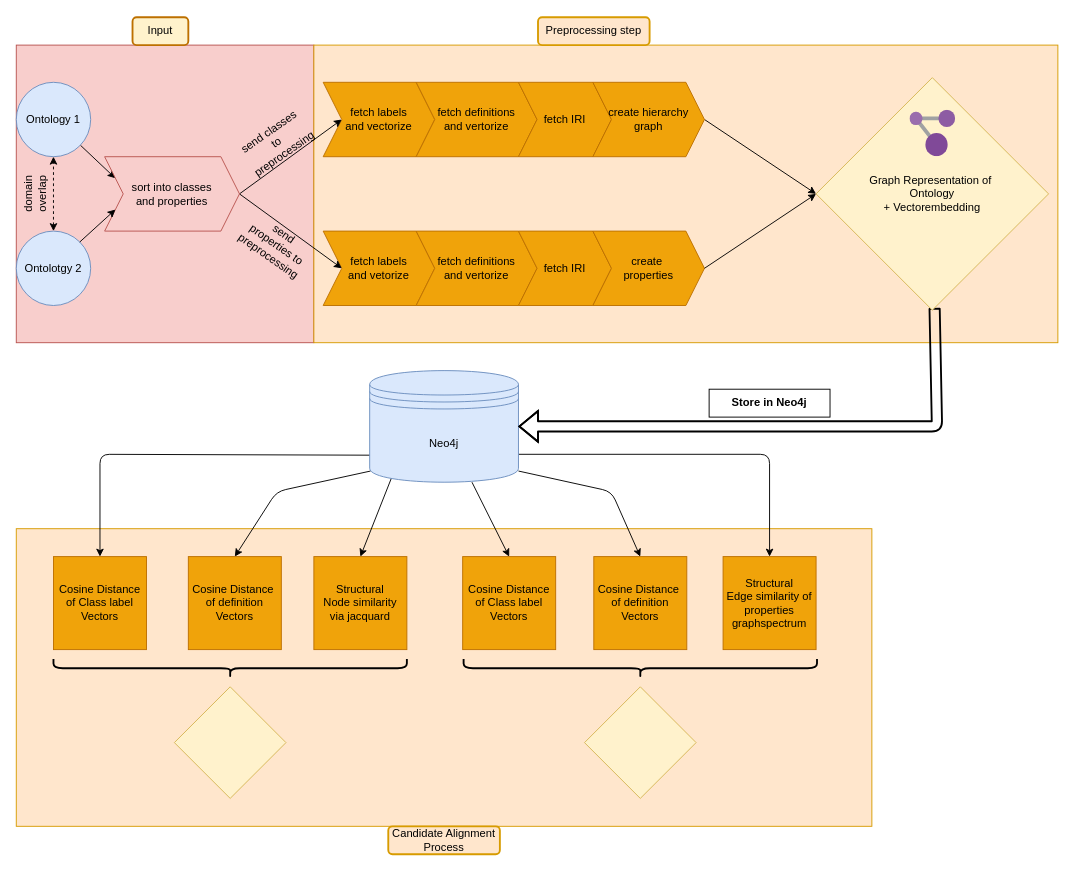
Before: docs/pipeline.drawio in SamirKipper/Ontopo, a draw.io diagram. Source tidied: cells renumbered, new cells numbered last; positions are measured from the earlier drawing's top-left corner, leaving out a move shared by most shapes. Both pictures are drawn from the tidied source at 93%, with x=0, y=0 at pixel (7, 17).
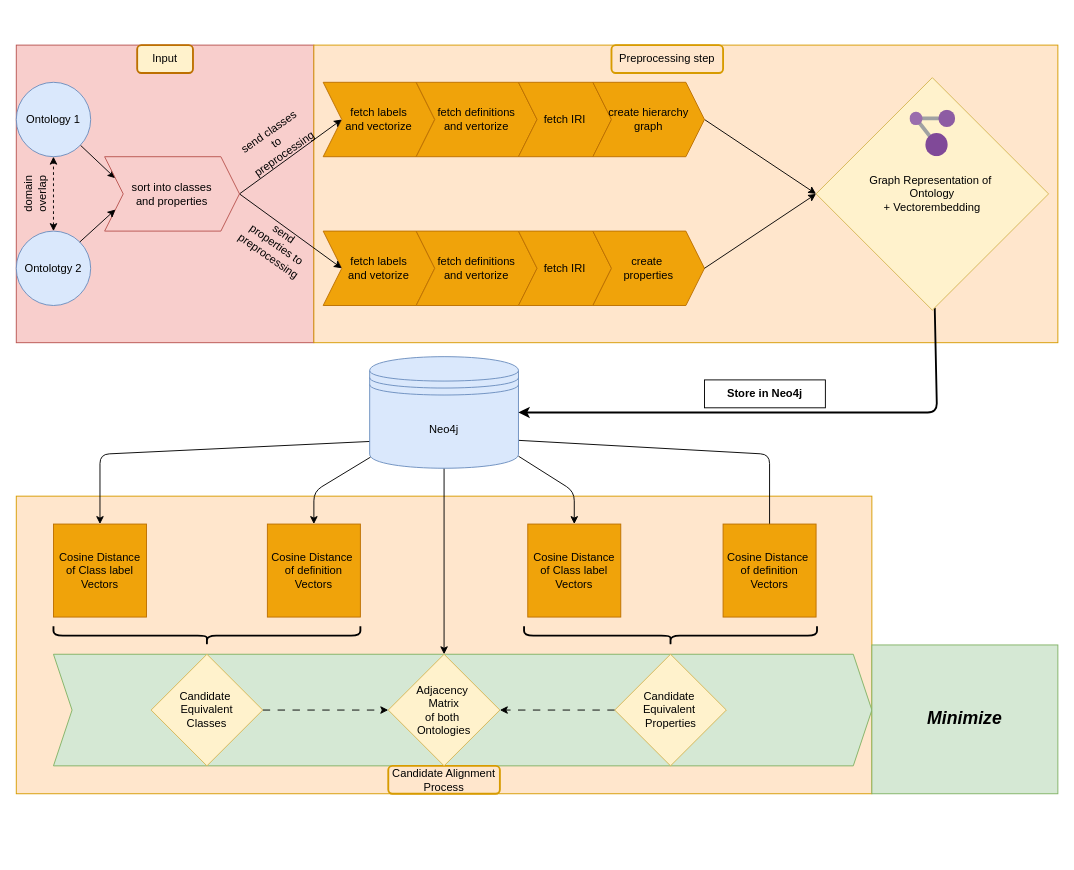
The same page after the edit.

The change refers to these unchanged cells:
```xml
<mxCell id="37" value="&lt;font style=&quot;color: rgb(0, 0, 0);&quot;&gt;Graph Representation of&amp;nbsp;&lt;/font&gt;&lt;div&gt;&lt;font style=&quot;color: rgb(0, 0, 0);&quot;&gt;Ontology&lt;/font&gt;&lt;/div&gt;&lt;div&gt;&lt;font style=&quot;color: rgb(0, 0, 0);&quot;&gt;+ Vectorembedding&lt;/font&gt;&lt;/div&gt;" style="rhombus;whiteSpace=wrap;html=1;fillColor=#fff2cc;strokeColor=#d6b656;" parent="1" vertex="1">
  <mxGeometry x="870" y="65" width="250" height="250" as="geometry" />
</mxCell>
```

Change to the diagram source:
```diff
@@
     <mxCell id="2" style="rounded=0;whiteSpace=wrap;html=1;fillColor=#ffe6cc;strokeColor=#d79b00;" parent="1" vertex="1">
-      <mxGeometry x="10" y="550" width="920" height="320" as="geometry" />
+      <mxGeometry x="10" y="515" width="920" height="320" as="geometry" />
     </mxCell>
+    <mxCell id="50" style="shape=step;perimeter=stepPerimeter;whiteSpace=wrap;html=1;fixedSize=1;fillColor=#d5e8d4;strokeColor=#82b366;" parent="1" vertex="1">
+      <mxGeometry x="50" y="685" width="880" height="120" as="geometry" />
+    </mxCell>
@@
     <mxCell id="4" style="edgeStyle=none;html=1;exitX=0.006;exitY=0.9;exitDx=0;exitDy=0;entryX=0.5;entryY=0;entryDx=0;entryDy=0;exitPerimeter=0;" parent="1" edge="1" source="9" target="41">
       <mxGeometry relative="1" as="geometry">
         <Array as="points">
-          <mxPoint x="290" y="510" />
+          <mxPoint x="330" y="510" />
         </Array>
       </mxGeometry>
     </mxCell>
-    <mxCell id="5" style="edgeStyle=none;html=1;entryX=0.5;entryY=0;entryDx=0;entryDy=0;exitX=0.15;exitY=0.95;exitDx=0;exitDy=0;exitPerimeter=0;" parent="1" edge="1" source="9" target="42">
-      <mxGeometry relative="1" as="geometry" />
-    </mxCell>
-    <mxCell id="6" style="edgeStyle=none;html=1;entryX=0.5;entryY=0;entryDx=0;entryDy=0;exitX=1;exitY=0.75;exitDx=0;exitDy=0;exitPerimeter=0;" parent="1" edge="1" source="9" target="43">
+    <mxCell id="6" style="edgeStyle=none;html=1;entryX=0.5;entryY=0;entryDx=0;entryDy=0;exitX=1;exitY=0.75;exitDx=0;exitDy=0;exitPerimeter=0;" parent="1" edge="1" source="9">
       <mxGeometry relative="1" as="geometry">
+        <mxPoint x="820" y="580" as="targetPoint" />
         <Array as="points">
           <mxPoint x="820" y="470" />
         </Array>
       </mxGeometry>
     </mxCell>
-    <mxCell id="7" style="edgeStyle=none;html=1;entryX=0.5;entryY=0;entryDx=0;entryDy=0;" parent="1" edge="1" source="9" target="44">
-      <mxGeometry relative="1" as="geometry" />
+    <mxCell id="7" style="edgeStyle=none;html=1;entryX=0.5;entryY=0;entryDx=0;entryDy=0;exitX=1;exitY=0.892;exitDx=0;exitDy=0;exitPerimeter=0;" parent="1" edge="1" source="9" target="44">
+      <mxGeometry relative="1" as="geometry">
+        <Array as="points">
+          <mxPoint x="610" y="510" />
+        </Array>
+      </mxGeometry>
     </mxCell>
-    <mxCell id="8" style="edgeStyle=none;html=1;exitX=1;exitY=0.9;exitDx=0;exitDy=0;exitPerimeter=0;entryX=0.5;entryY=0;entryDx=0;entryDy=0;" parent="1" edge="1" source="9" target="45">
-      <mxGeometry relative="1" as="geometry">
-        <Array as="points">
-          <mxPoint x="650" y="510" />
-        </Array>
-      </mxGeometry>
-    </mxCell>
+    <mxCell id="51" style="edgeStyle=none;html=1;" parent="1" edge="1" source="9" target="54">
+      <mxGeometry relative="1" as="geometry" />
+    </mxCell>
     <mxCell id="9" value="Neo4j" style="shape=datastore;whiteSpace=wrap;html=1;fillColor=#dae8fc;strokeColor=#6c8ebf;" parent="1" vertex="1">
-      <mxGeometry x="390" y="380" width="160" height="120" as="geometry" />
+      <mxGeometry x="390" y="365" width="160" height="120" as="geometry" />
     </mxCell>
@@
     <mxCell id="11" value="Input" style="text;html=1;align=center;verticalAlign=middle;whiteSpace=wrap;rounded=1;strokeColor=#BD7000;strokeWidth=2;fillColor=#FFF2CC;fontColor=#000000;" parent="1" vertex="1">
-      <mxGeometry x="135" width="60" height="30" as="geometry" />
+      <mxGeometry x="140" y="30" width="60" height="30" as="geometry" />
     </mxCell>
@@
     <mxCell id="16" value="Preprocessing step" style="text;html=1;align=center;verticalAlign=middle;whiteSpace=wrap;rounded=1;strokeColor=#d79b00;strokeWidth=2;fillColor=#ffe6cc;" parent="1" vertex="1">
-      <mxGeometry x="571" width="120" height="30" as="geometry" />
+      <mxGeometry x="650" y="30" width="120" height="30" as="geometry" />
     </mxCell>
@@
     <mxCell id="35" value="Candidate Alignment Process" style="text;html=1;align=center;verticalAlign=middle;whiteSpace=wrap;rounded=1;strokeColor=#d79b00;strokeWidth=2;fillColor=#ffe6cc;" parent="1" vertex="1">
-      <mxGeometry x="410" y="870" width="120" height="30" as="geometry" />
+      <mxGeometry x="410" y="805" width="120" height="30" as="geometry" />
     </mxCell>
-    <mxCell id="36" style="edgeStyle=none;html=1;entryX=1;entryY=0.5;entryDx=0;entryDy=0;shape=flexArrow;strokeWidth=2;" parent="1" edge="1" source="37" target="9">
+    <mxCell id="36" style="edgeStyle=none;html=1;entryX=1;entryY=0.5;entryDx=0;entryDy=0;strokeWidth=2;" parent="1" edge="1" source="37" target="9">
       <mxGeometry relative="1" as="geometry">
         <Array as="points">
-          <mxPoint x="1000" y="440" />
+          <mxPoint x="1000" y="425" />
         </Array>
       </mxGeometry>
     </mxCell>
@@
     <mxCell id="39" value="Store in Neo4j" style="text;html=1;align=center;verticalAlign=middle;whiteSpace=wrap;rounded=0;strokeColor=default;fontStyle=1;" parent="1" vertex="1">
-      <mxGeometry x="755" y="400" width="130" height="30" as="geometry" />
+      <mxGeometry x="750" y="390" width="130" height="30" as="geometry" />
     </mxCell>
     <mxCell id="40" value="Cosine Distance of Class label Vectors" style="whiteSpace=wrap;html=1;fillColor=#f0a30a;strokeColor=#BD7000;fontColor=#000000;" parent="1" vertex="1">
-      <mxGeometry x="50" y="580" width="100" height="100" as="geometry" />
+      <mxGeometry x="50" y="545" width="100" height="100" as="geometry" />
     </mxCell>
     <mxCell id="41" value="&lt;font style=&quot;color: rgb(0, 0, 0);&quot;&gt;Cosine Distance&amp;nbsp;&lt;/font&gt;&lt;div&gt;&lt;font style=&quot;color: rgb(0, 0, 0);&quot;&gt;of definition Vectors&lt;/font&gt;&lt;/div&gt;" style="whiteSpace=wrap;html=1;fillColor=#f0a30a;fontColor=#000000;strokeColor=#BD7000;" parent="1" vertex="1">
-      <mxGeometry x="195" y="580" width="100" height="100" as="geometry" />
+      <mxGeometry x="280" y="545" width="100" height="100" as="geometry" />
     </mxCell>
-    <mxCell id="42" value="&lt;font style=&quot;color: rgb(0, 0, 0);&quot;&gt;Structural&lt;/font&gt;&lt;div&gt;&lt;font style=&quot;color: rgb(0, 0, 0);&quot;&gt;Node similarity&lt;/font&gt;&lt;/div&gt;&lt;div&gt;&lt;font style=&quot;color: rgb(0, 0, 0);&quot;&gt;via jacquard&lt;/font&gt;&lt;/div&gt;" style="whiteSpace=wrap;html=1;fillColor=#f0a30a;fontColor=#000000;strokeColor=#BD7000;" parent="1" vertex="1">
-      <mxGeometry x="330" y="580" width="100" height="100" as="geometry" />
-    </mxCell>
-    <mxCell id="43" value="&lt;font style=&quot;color: rgb(0, 0, 0);&quot;&gt;Structural&lt;/font&gt;&lt;div&gt;&lt;font style=&quot;color: rgb(0, 0, 0);&quot;&gt;Edge similarity of properties&lt;/font&gt;&lt;/div&gt;&lt;div&gt;&lt;font style=&quot;color: rgb(0, 0, 0);&quot;&gt;graphspectrum&lt;/font&gt;&lt;/div&gt;" style="whiteSpace=wrap;html=1;fillColor=#f0a30a;fontColor=#000000;strokeColor=#BD7000;" parent="1" vertex="1">
-      <mxGeometry x="770" y="580" width="100" height="100" as="geometry" />
-    </mxCell>
     <mxCell id="44" value="Cosine Distance of Class label Vectors" style="whiteSpace=wrap;html=1;fillColor=#f0a30a;strokeColor=#BD7000;fontColor=#000000;" parent="1" vertex="1">
-      <mxGeometry x="490" y="580" width="100" height="100" as="geometry" />
+      <mxGeometry x="560" y="545" width="100" height="100" as="geometry" />
     </mxCell>
     <mxCell id="45" value="&lt;font style=&quot;color: rgb(0, 0, 0);&quot;&gt;Cosine Distance&amp;nbsp;&lt;/font&gt;&lt;div&gt;&lt;font style=&quot;color: rgb(0, 0, 0);&quot;&gt;of definition Vectors&lt;/font&gt;&lt;/div&gt;" style="whiteSpace=wrap;html=1;fillColor=#f0a30a;fontColor=#000000;strokeColor=#BD7000;" parent="1" vertex="1">
-      <mxGeometry x="631" y="580" width="100" height="100" as="geometry" />
+      <mxGeometry x="770" y="545" width="100" height="100" as="geometry" />
     </mxCell>
     <mxCell id="46" style="shape=curlyBracket;whiteSpace=wrap;html=1;rounded=1;flipH=1;labelPosition=right;verticalLabelPosition=middle;align=left;verticalAlign=middle;rotation=90;fontStyle=1;strokeWidth=2;" parent="1" vertex="1">
-      <mxGeometry x="230" y="510" width="20" height="380" as="geometry" />
+      <mxGeometry x="205" y="500" width="20" height="330" as="geometry" />
     </mxCell>
     <mxCell id="47" style="shape=curlyBracket;whiteSpace=wrap;html=1;rounded=1;flipH=1;labelPosition=right;verticalLabelPosition=middle;align=left;verticalAlign=middle;rotation=90;fontStyle=1;strokeWidth=2;" parent="1" vertex="1">
-      <mxGeometry x="671" y="510" width="20" height="380" as="geometry" />
+      <mxGeometry x="703.5" y="507.5" width="20" height="315" as="geometry" />
     </mxCell>
+    <mxCell id="52" style="edgeStyle=none;html=1;entryX=0;entryY=0.5;entryDx=0;entryDy=0;dashed=1;dashPattern=8 8;" parent="1" edge="1" source="48" target="54">
+      <mxGeometry relative="1" as="geometry" />
+    </mxCell>
-    <mxCell id="48" style="rhombus;whiteSpace=wrap;html=1;fillColor=#fff2cc;strokeColor=#d6b656;" parent="1" vertex="1">
-      <mxGeometry x="180" y="720" width="120" height="120" as="geometry" />
+    <mxCell id="48" value="&lt;font style=&quot;color: rgb(0, 0, 0);&quot;&gt;Candidate&amp;nbsp;&lt;/font&gt;&lt;div&gt;&lt;font style=&quot;color: rgb(0, 0, 0);&quot;&gt;Equivalent&lt;/font&gt;&lt;/div&gt;&lt;div&gt;&lt;font style=&quot;color: rgb(0, 0, 0);&quot;&gt;Classes&lt;/font&gt;&lt;/div&gt;" style="rhombus;whiteSpace=wrap;html=1;fillColor=#fff2cc;strokeColor=#d6b656;" parent="1" vertex="1">
+      <mxGeometry x="155" y="685" width="120" height="120" as="geometry" />
     </mxCell>
+    <mxCell id="53" style="edgeStyle=none;html=1;dashed=1;dashPattern=8 8;" parent="1" edge="1" source="49" target="54">
+      <mxGeometry relative="1" as="geometry" />
+    </mxCell>
-    <mxCell id="49" style="rhombus;whiteSpace=wrap;html=1;fillColor=#fff2cc;strokeColor=#d6b656;" parent="1" vertex="1">
-      <mxGeometry x="621" y="720" width="120" height="120" as="geometry" />
+    <mxCell id="49" value="&lt;font style=&quot;color: rgb(0, 0, 0);&quot;&gt;Candidate&amp;nbsp;&lt;/font&gt;&lt;div&gt;&lt;font style=&quot;color: rgb(0, 0, 0);&quot;&gt;Equivalent&amp;nbsp;&lt;/font&gt;&lt;/div&gt;&lt;div&gt;&lt;span style=&quot;background-color: transparent;&quot;&gt;&lt;font style=&quot;color: rgb(0, 0, 0);&quot;&gt;Properties&lt;/font&gt;&lt;/span&gt;&lt;br&gt;&lt;/div&gt;" style="rhombus;whiteSpace=wrap;html=1;fillColor=#fff2cc;strokeColor=#d6b656;" parent="1" vertex="1">
+      <mxGeometry x="653.5" y="685" width="120" height="120" as="geometry" />
     </mxCell>
+    <mxCell id="54" value="&lt;div&gt;Adjacency&amp;nbsp;&lt;/div&gt;&lt;div&gt;Matrix&lt;/div&gt;&lt;div&gt;of both&amp;nbsp;&lt;/div&gt;&lt;div&gt;Ontologies&lt;/div&gt;" style="rhombus;whiteSpace=wrap;html=1;fillColor=#fff2cc;strokeColor=#d6b656;" parent="1" vertex="1">
+      <mxGeometry x="410" y="685" width="120" height="120" as="geometry" />
+    </mxCell>
+    <mxCell id="55" value="&lt;i&gt;&lt;b&gt;&lt;font style=&quot;font-size: 19px;&quot;&gt;Minimize&lt;/font&gt;&lt;/b&gt;&lt;/i&gt;" style="rounded=0;whiteSpace=wrap;html=1;fillColor=#d5e8d4;strokeColor=#82b366;" parent="1" vertex="1">
+      <mxGeometry x="930" y="675" width="200" height="160" as="geometry" />
+    </mxCell>
```
